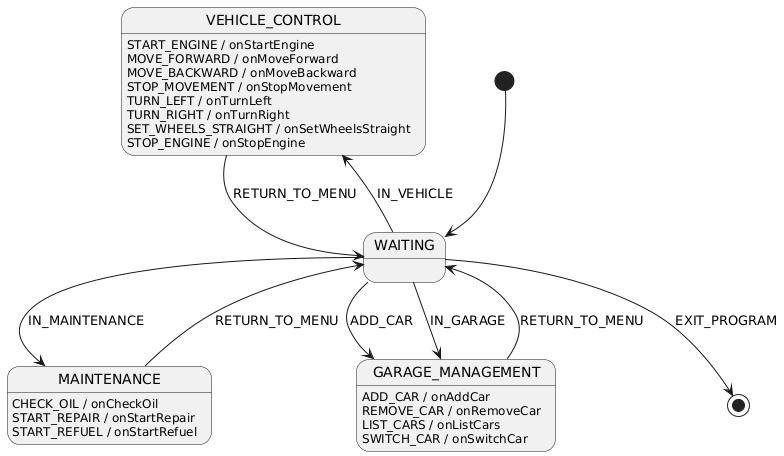
Above: LabsPPOIS/FourthSem/FirstLab/images/stateDiagram.png in L1x0/LabsBSUIR (PlantUML), before the change. The source it was exported from:
```plantuml
@startuml
[*] --> WAITING

WAITING --> VEHICLE_CONTROL : IN_VEHICLE
WAITING --> MAINTENANCE : IN_MAINTENANCE
WAITING --> GARAGE_MANAGEMENT : ADD_CAR
WAITING --> GARAGE_MANAGEMENT : IN_GARAGE
WAITING --> [*] : EXIT_PROGRAM

state VEHICLE_CONTROL {
  VEHICLE_CONTROL : START_ENGINE / onStartEngine
  VEHICLE_CONTROL : MOVE_FORWARD / onMoveForward
  VEHICLE_CONTROL : MOVE_BACKWARD / onMoveBackward
  VEHICLE_CONTROL : STOP_MOVEMENT / onStopMovement
  VEHICLE_CONTROL : TURN_LEFT / onTurnLeft
  VEHICLE_CONTROL : TURN_RIGHT / onTurnRight
  VEHICLE_CONTROL : SET_WHEELS_STRAIGHT / onSetWheelsStraight
  VEHICLE_CONTROL : STOP_ENGINE / onStopEngine
}

VEHICLE_CONTROL --> WAITING : RETURN_TO_MENU

state MAINTENANCE {
  MAINTENANCE : CHECK_OIL / onCheckOil
  MAINTENANCE : START_REPAIR / onStartRepair
  MAINTENANCE : START_REFUEL / onStartRefuel
}

MAINTENANCE --> WAITING : RETURN_TO_MENU

state GARAGE_MANAGEMENT {
  GARAGE_MANAGEMENT : ADD_CAR / onAddCar
  GARAGE_MANAGEMENT : REMOVE_CAR / onRemoveCar
  GARAGE_MANAGEMENT : LIST_CARS / onListCars
  GARAGE_MANAGEMENT : SWITCH_CAR / onSwitchCar
}

GARAGE_MANAGEMENT --> WAITING : RETURN_TO_MENU
@enduml
```
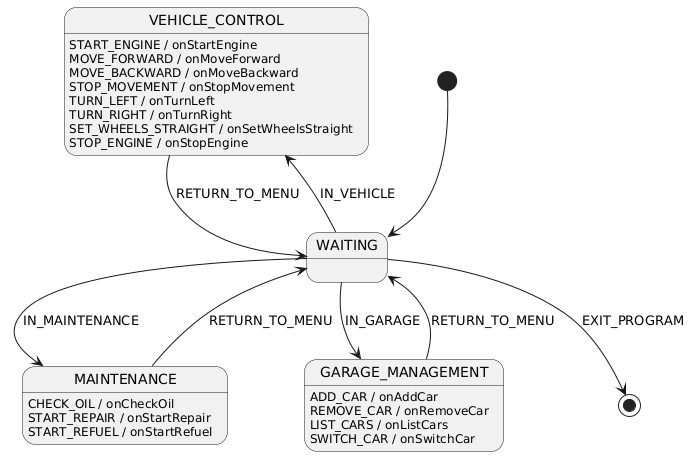
After the change.

Commit message:
рефакторинг документации

The edit, as a diff of the source:
```diff
@@ -3,7 +3,6 @@
 
 WAITING --> VEHICLE_CONTROL : IN_VEHICLE
 WAITING --> MAINTENANCE : IN_MAINTENANCE
-WAITING --> GARAGE_MANAGEMENT : ADD_CAR
 WAITING --> GARAGE_MANAGEMENT : IN_GARAGE
 WAITING --> [*] : EXIT_PROGRAM
 
```
